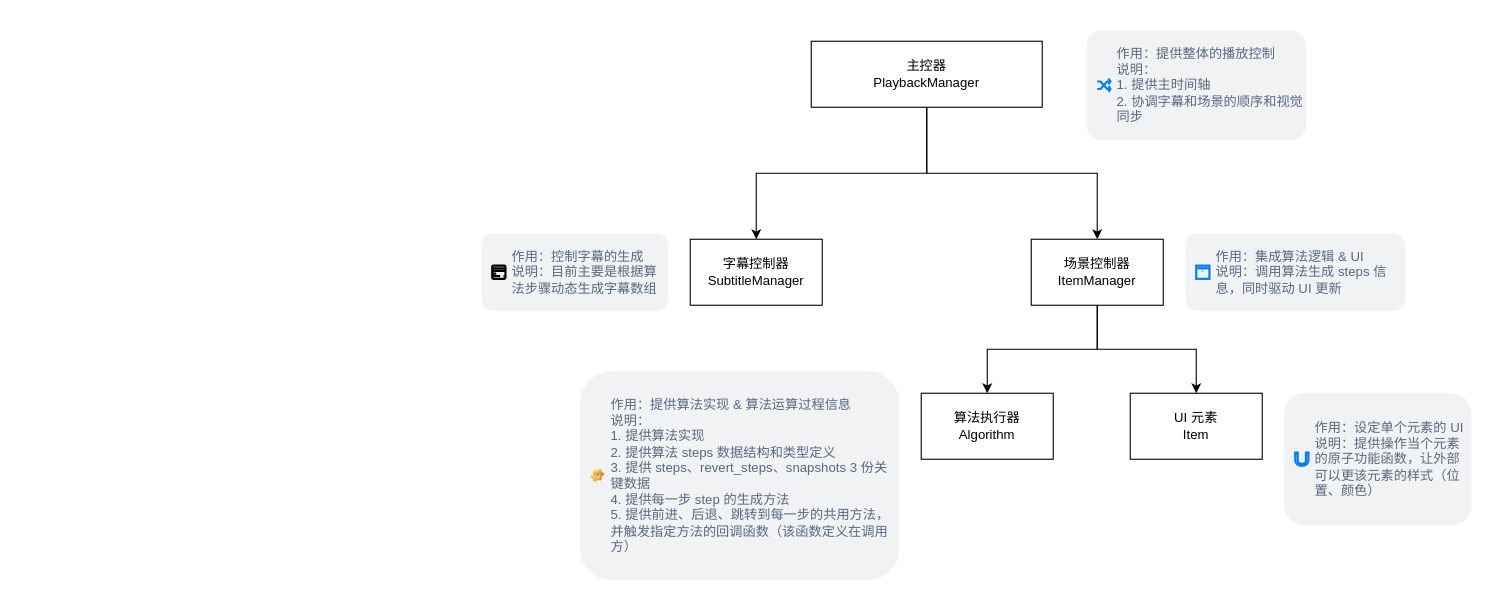
The draw.io diagram architectures/播放器架构图.drawio in k3-studio/drawing, before the edit. Source tidied: cells renumbered, new cells numbered last; positions are measured from the earlier drawing's top-left corner, leaving out a move shared by most shapes. Both pictures are drawn from the tidied source at 110%, with x=0, y=0 at pixel (481, 30).
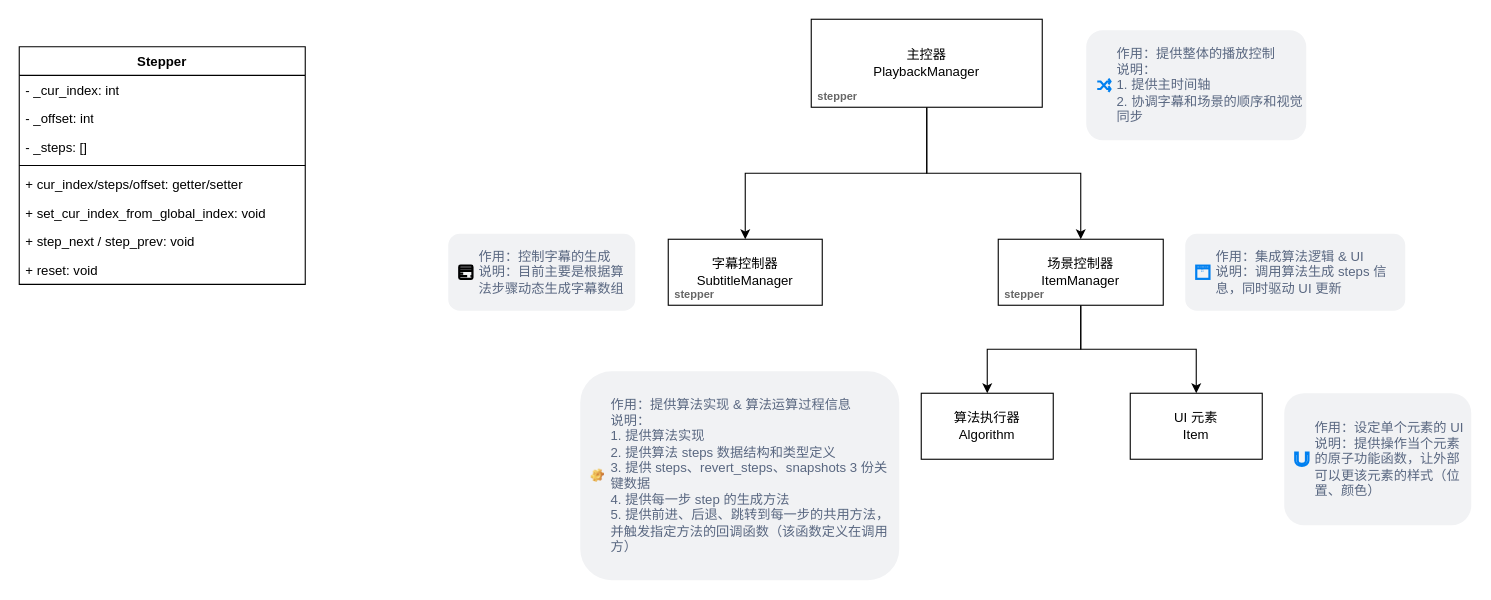
Above is the later version.

What changed in the source:
```diff
@@
     <mxCell id="4" value="主控器&lt;br&gt;PlaybackManager" style="rounded=0;whiteSpace=wrap;html=1;" parent="1" vertex="1">
-      <mxGeometry x="300" y="10" width="210" height="60" as="geometry" />
+      <mxGeometry x="300" y="-10" width="210" height="80" as="geometry" />
     </mxCell>
     <mxCell id="5" value="字幕控制器&lt;br&gt;SubtitleManager" style="whiteSpace=wrap;html=1;rounded=0;" parent="1" vertex="1">
-      <mxGeometry x="190" y="190" width="120" height="60" as="geometry" />
+      <mxGeometry x="170" y="190" width="140" height="60" as="geometry" />
     </mxCell>
@@
     <mxCell id="8" value="场景控制器&lt;br&gt;ItemManager" style="whiteSpace=wrap;html=1;rounded=0;" parent="1" vertex="1">
-      <mxGeometry x="500" y="190" width="120" height="60" as="geometry" />
+      <mxGeometry x="470" y="190" width="150" height="60" as="geometry" />
     </mxCell>
@@
     <mxCell id="11" value="作用：控制字幕的生成&lt;br&gt;说明：目前主要是根据算法步骤动态生成字幕数组" style="rounded=1;align=left;fillColor=#F1F2F4;strokeColor=none;html=1;fontColor=#596780;fontSize=12;spacingLeft=26;whiteSpace=wrap;" parent="1" vertex="1">
-      <mxGeometry y="185" width="170" height="70" as="geometry" />
+      <mxGeometry x="-30" y="185" width="170" height="70" as="geometry" />
     </mxCell>
@@
+    <mxCell id="21" value="Stepper" style="swimlane;fontStyle=1;align=center;verticalAlign=top;horizontal=1;startSize=26;whiteSpace=wrap;html=1;" parent="1" vertex="1">
+      <mxGeometry x="-420" y="15" width="260" height="216" as="geometry" />
+    </mxCell>
+    <mxCell id="22" value="- _cur_index: int" style="text;strokeColor=none;fillColor=none;align=left;verticalAlign=top;spacingLeft=4;spacingRight=4;overflow=hidden;whiteSpace=wrap;html=1;" parent="21" vertex="1">
+      <mxGeometry y="26" width="260" height="26" as="geometry" />
+    </mxCell>
+    <mxCell id="23" value="- _offset: int" style="text;strokeColor=none;fillColor=none;align=left;verticalAlign=top;spacingLeft=4;spacingRight=4;overflow=hidden;whiteSpace=wrap;html=1;" parent="21" vertex="1">
+      <mxGeometry y="52" width="260" height="26" as="geometry" />
+    </mxCell>
+    <mxCell id="24" value="- _steps: []" style="text;strokeColor=none;fillColor=none;align=left;verticalAlign=top;spacingLeft=4;spacingRight=4;overflow=hidden;whiteSpace=wrap;html=1;" parent="21" vertex="1">
+      <mxGeometry y="78" width="260" height="26" as="geometry" />
+    </mxCell>
+    <mxCell id="25" style="line;strokeWidth=1;fillColor=none;align=left;verticalAlign=middle;spacingTop=-1;spacingLeft=3;spacingRight=3;labelPosition=right;strokeColor=inherit;" parent="21" vertex="1">
+      <mxGeometry y="104" width="260" height="8" as="geometry" />
+    </mxCell>
+    <mxCell id="26" value="+ cur_index/steps/offset: getter/setter" style="text;strokeColor=none;fillColor=none;align=left;verticalAlign=top;spacingLeft=4;spacingRight=4;overflow=hidden;whiteSpace=wrap;html=1;" parent="21" vertex="1">
+      <mxGeometry y="112" width="260" height="26" as="geometry" />
+    </mxCell>
+    <mxCell id="27" value="+ set_cur_index_from_global_index: void" style="text;strokeColor=none;fillColor=none;align=left;verticalAlign=top;spacingLeft=4;spacingRight=4;overflow=hidden;whiteSpace=wrap;html=1;" parent="21" vertex="1">
+      <mxGeometry y="138" width="260" height="26" as="geometry" />
+    </mxCell>
+    <mxCell id="28" value="+ step_next / step_prev: void" style="text;strokeColor=none;fillColor=none;align=left;verticalAlign=top;spacingLeft=4;spacingRight=4;overflow=hidden;whiteSpace=wrap;html=1;" parent="21" vertex="1">
+      <mxGeometry y="164" width="260" height="26" as="geometry" />
+    </mxCell>
+    <mxCell id="29" value="+ reset: void" style="text;strokeColor=none;fillColor=none;align=left;verticalAlign=top;spacingLeft=4;spacingRight=4;overflow=hidden;whiteSpace=wrap;html=1;" parent="21" vertex="1">
+      <mxGeometry y="190" width="260" height="26" as="geometry" />
+    </mxCell>
+    <mxCell id="30" value="&lt;b&gt;&lt;font style=&quot;font-size: 10px;&quot; color=&quot;#666666&quot;&gt;stepper&lt;/font&gt;&lt;/b&gt;" style="text;strokeColor=none;fillColor=none;align=left;verticalAlign=middle;spacingLeft=4;spacingRight=4;overflow=hidden;whiteSpace=wrap;html=1;" parent="1" vertex="1">
+      <mxGeometry x="300" y="50" width="50" height="20" as="geometry" />
+    </mxCell>
+    <mxCell id="31" value="&lt;b&gt;&lt;font style=&quot;font-size: 10px;&quot; color=&quot;#666666&quot;&gt;stepper&lt;/font&gt;&lt;/b&gt;" style="text;strokeColor=none;fillColor=none;align=left;verticalAlign=middle;spacingLeft=4;spacingRight=4;overflow=hidden;whiteSpace=wrap;html=1;" parent="1" vertex="1">
+      <mxGeometry x="170" y="230" width="50" height="20" as="geometry" />
+    </mxCell>
+    <mxCell id="32" value="&lt;b&gt;&lt;font style=&quot;font-size: 10px;&quot; color=&quot;#666666&quot;&gt;stepper&lt;/font&gt;&lt;/b&gt;" style="text;strokeColor=none;fillColor=none;align=left;verticalAlign=middle;spacingLeft=4;spacingRight=4;overflow=hidden;whiteSpace=wrap;html=1;" parent="1" vertex="1">
+      <mxGeometry x="470" y="230" width="50" height="20" as="geometry" />
+    </mxCell>
```
